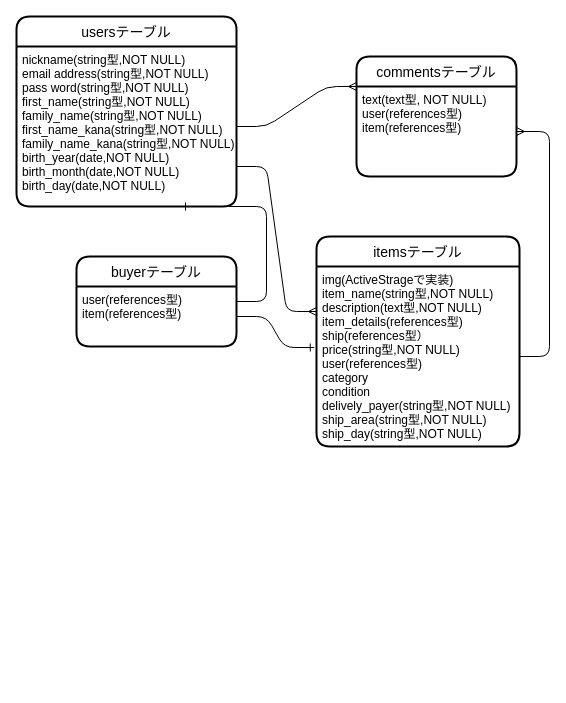
This is furimaER.dio from nkamuranodj/furima-30953, a draw.io file, before an edit. Source tidied: cells renumbered, new cells numbered last; positions are measured from the earlier drawing's top-left corner, leaving out a move shared by most shapes. Both pictures are drawn from the tidied source at 100%, with x=0, y=0 at pixel (16, 16).
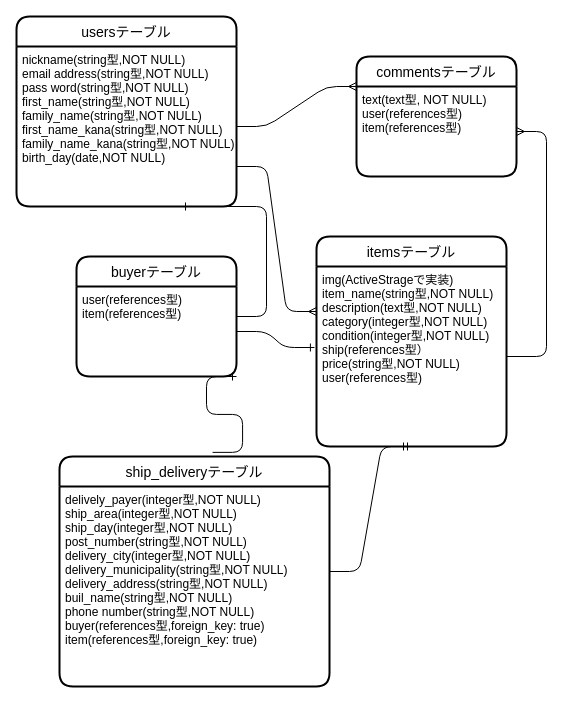
After the change.

Change to the diagram source:
```diff
@@
 <mxGraphModel>
   <root>
     <mxCell id="0" />
     <mxCell id="1" parent="0" />
     <mxCell id="2" value="usersテーブル" style="swimlane;horizontal=1;startSize=30;rounded=1;fontSize=14;fontStyle=0;strokeWidth=2;shadow=0;dashed=0;align=center;" parent="1" vertex="1">
       <mxGeometry width="220" height="190" as="geometry" />
     </mxCell>
-    <mxCell id="3" value="nickname(string型,NOT NULL)&#10;email address(string型,NOT NULL)&#10;pass word(string型,NOT NULL)&#10;first_name(string型,NOT NULL)&#10;family_name(string型,NOT NULL)&#10;first_name_kana(string型,NOT NULL)&#10;family_name_kana(string型,NOT NULL)&#10;birth_year(date,NOT NULL)&#10;birth_month(date,NOT NULL)&#10;birth_day(date,NOT NULL)&#10;&#10;" style="align=left;strokeColor=none;fillColor=none;spacingLeft=4;fontSize=12;verticalAlign=top;" parent="2" vertex="1">
+    <mxCell id="3" value="nickname(string型,NOT NULL)&#10;email address(string型,NOT NULL)&#10;pass word(string型,NOT NULL)&#10;first_name(string型,NOT NULL)&#10;family_name(string型,NOT NULL)&#10;first_name_kana(string型,NOT NULL)&#10;family_name_kana(string型,NOT NULL)&#10;birth_day(date,NOT NULL)&#10;&#10;" style="align=left;strokeColor=none;fillColor=none;spacingLeft=4;fontSize=12;verticalAlign=top;" parent="2" vertex="1">
       <mxGeometry y="30" width="220" height="160" as="geometry" />
     </mxCell>
     <mxCell id="4" value="itemsテーブル" style="swimlane;horizontal=1;startSize=30;rounded=1;fontSize=14;fontStyle=0;strokeWidth=2;shadow=0;dashed=0;align=center;" parent="1" vertex="1">
-      <mxGeometry x="300" y="220" width="203" height="210" as="geometry" />
+      <mxGeometry x="300" y="220" width="190" height="210" as="geometry" />
     </mxCell>
-    <mxCell id="5" value="img(ActiveStrageで実装)&#10;item_name(string型,NOT NULL)&#10;description(text型,NOT NULL)&#10;item_details(references型)&#10;ship(references型）&#10;price(string型,NOT NULL)&#10;user(references型)&#10;category&#10;condition&#10;delively_payer(string型,NOT NULL)&#10;ship_area(string型,NOT NULL)&#10;ship_day(string型,NOT NULL)&#10;" style="align=left;strokeColor=none;fillColor=none;spacingLeft=4;fontSize=12;verticalAlign=top;" parent="4" vertex="1">
-      <mxGeometry y="30" width="203" height="180" as="geometry" />
+    <mxCell id="5" value="img(ActiveStrageで実装)&#10;item_name(string型,NOT NULL)&#10;description(text型,NOT NULL)&#10;category(integer型,NOT NULL)&#10;condition(integer型,NOT NULL)&#10;ship(references型）&#10;price(string型,NOT NULL)&#10;user(references型)&#10;" style="align=left;strokeColor=none;fillColor=none;spacingLeft=4;fontSize=12;verticalAlign=top;" parent="4" vertex="1">
+      <mxGeometry y="30" width="190" height="180" as="geometry" />
     </mxCell>
     <mxCell id="6" value="commentsテーブル" style="swimlane;horizontal=1;startSize=30;rounded=1;fontSize=14;fontStyle=0;strokeWidth=2;shadow=0;dashed=0;align=center;" parent="1" vertex="1">
       <mxGeometry x="340" y="40" width="160" height="120" as="geometry" />
     </mxCell>
     <mxCell id="7" value="text(text型, NOT NULL)&#10;user(references型)&#10;item(references型)" style="align=left;strokeColor=none;fillColor=none;spacingLeft=4;fontSize=12;verticalAlign=top;" parent="6" vertex="1">
       <mxGeometry y="30" width="160" height="90" as="geometry" />
     </mxCell>
     <mxCell id="8" style="edgeStyle=entityRelationEdgeStyle;fontSize=12;html=1;endArrow=ERmany;" parent="1" edge="1" source="5" target="7">
       <mxGeometry relative="1" as="geometry" />
     </mxCell>
     <mxCell id="9" style="edgeStyle=entityRelationEdgeStyle;fontSize=12;html=1;endArrow=ERmany;exitX=1;exitY=0.75;exitDx=0;exitDy=0;entryX=0;entryY=0.25;entryDx=0;entryDy=0;" parent="1" edge="1" source="3" target="5">
       <mxGeometry relative="1" as="geometry" />
     </mxCell>
     <mxCell id="10" style="edgeStyle=entityRelationEdgeStyle;fontSize=12;html=1;endArrow=ERmany;entryX=0;entryY=0.25;entryDx=0;entryDy=0;" parent="1" edge="1" source="3" target="6">
       <mxGeometry relative="1" as="geometry" />
     </mxCell>
     <mxCell id="11" value="buyerテーブル" style="swimlane;horizontal=1;startSize=30;rounded=1;fontSize=14;fontStyle=0;strokeWidth=2;shadow=0;dashed=0;align=center;" parent="1" vertex="1">
-      <mxGeometry x="60" y="240" width="160" height="90" as="geometry" />
+      <mxGeometry x="60" y="240" width="160" height="120" as="geometry" />
     </mxCell>
-    <mxCell id="12" value="user(references型)&#10;item(references型)" style="align=left;strokeColor=none;fillColor=none;spacingLeft=4;fontSize=12;verticalAlign=top;" parent="11" vertex="1">
-      <mxGeometry y="30" width="160" height="60" as="geometry" />
+    <mxCell id="12" value="user(references型)&#10;item(references型)&#10;" style="align=left;strokeColor=none;fillColor=none;spacingLeft=4;fontSize=12;verticalAlign=top;" parent="11" vertex="1">
+      <mxGeometry y="30" width="160" height="90" as="geometry" />
     </mxCell>
     <mxCell id="13" style="edgeStyle=entityRelationEdgeStyle;fontSize=12;html=1;endArrow=ERone;endFill=1;entryX=-0.011;entryY=0.45;entryDx=0;entryDy=0;entryPerimeter=0;exitX=1;exitY=0.5;exitDx=0;exitDy=0;" parent="1" edge="1" source="12" target="5">
       <mxGeometry relative="1" as="geometry" />
     </mxCell>
     <mxCell id="14" style="edgeStyle=entityRelationEdgeStyle;fontSize=12;html=1;endArrow=ERone;endFill=1;entryX=0.75;entryY=1;entryDx=0;entryDy=0;" parent="1" edge="1" source="11" target="3">
       <mxGeometry relative="1" as="geometry" />
     </mxCell>
+    <mxCell id="15" value="ship_deliveryテーブル" style="swimlane;horizontal=1;startSize=30;rounded=1;fontSize=14;fontStyle=0;strokeWidth=2;shadow=0;dashed=0;align=center;" parent="1" vertex="1">
+      <mxGeometry x="43" y="440" width="270" height="230" as="geometry" />
+    </mxCell>
+    <mxCell id="16" value="delively_payer(integer型,NOT NULL)&#10;ship_area(integer型,NOT NULL)&#10;ship_day(integer型,NOT NULL)&#10;post_number(string型,NOT NULL)&#10;delivery_city(integer型,NOT NULL)&#10;delivery_municipality(string型,NOT NULL)&#10;delivery_address(string型,NOT NULL)&#10;buil_name(string型,NOT NULL)&#10;phone number(string型,NOT NULL)&#10;buyer(references型,foreign_key: true)&#10;item(references型,foreign_key: true)&#10;&#10;" style="align=left;strokeColor=none;fillColor=none;spacingLeft=4;fontSize=12;verticalAlign=top;" parent="15" vertex="1">
+      <mxGeometry y="30" width="270" height="200" as="geometry" />
+    </mxCell>
+    <mxCell id="17" style="edgeStyle=entityRelationEdgeStyle;fontSize=12;html=1;endArrow=ERmandOne;entryX=0.5;entryY=1;entryDx=0;entryDy=0;" parent="1" edge="1" source="15" target="5">
+      <mxGeometry relative="1" as="geometry" />
+    </mxCell>
+    <mxCell id="18" style="edgeStyle=entityRelationEdgeStyle;fontSize=12;html=1;endArrow=ERone;endFill=1;exitX=0.567;exitY=-0.018;exitDx=0;exitDy=0;exitPerimeter=0;entryX=1;entryY=1;entryDx=0;entryDy=0;" parent="1" edge="1" source="15" target="12">
+      <mxGeometry relative="1" as="geometry" />
+    </mxCell>
   </root>
 </mxGraphModel>
```
